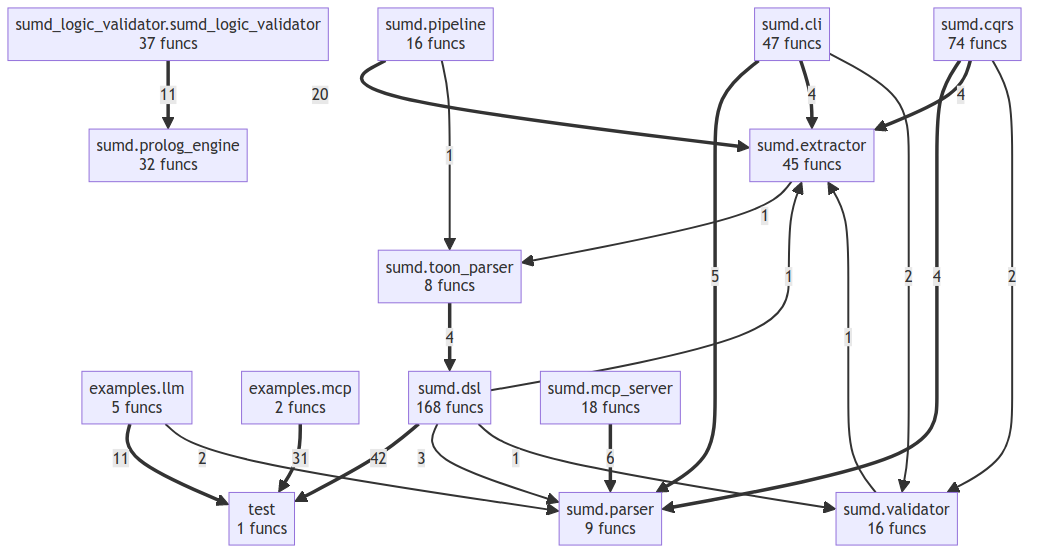
This is project/compact_flow.png from semcod/sumd, a Mermaid export, as it was before one commit. Its source is kept beside it as project/compact_flow.mmd. Source of this version:
```mermaid
flowchart TD
    examples__llm["examples.llm<br/>5 funcs"]
    examples__mcp["examples.mcp<br/>2 funcs"]
    sumd__cli["sumd.cli<br/>47 funcs"]
    sumd__cqrs["sumd.cqrs<br/>74 funcs"]
    sumd__dsl["sumd.dsl<br/>168 funcs"]
    sumd__extractor["sumd.extractor<br/>45 funcs"]
    sumd__mcp_server["sumd.mcp_server<br/>18 funcs"]
    sumd__parser["sumd.parser<br/>9 funcs"]
    sumd__pipeline["sumd.pipeline<br/>16 funcs"]
    sumd__prolog_engine["sumd.prolog_engine<br/>32 funcs"]
    sumd__toon_parser["sumd.toon_parser<br/>8 funcs"]
    sumd__validator["sumd.validator<br/>16 funcs"]
    sumd_logic_validator__sumd_logic_validator["sumd_logic_validator.sumd_logic_validator<br/>37 funcs"]
    test["test<br/>1 funcs"]
    sumd__dsl ==>|42| test
    examples__mcp ==>|31| test
    sumd__pipeline ==>|20| sumd__extractor
    examples__llm ==>|11| test
    sumd_logic_validator__sumd_logic_validator ==>|11| sumd__prolog_engine
    sumd__mcp_server ==>|6| sumd__parser
    sumd__cli ==>|5| sumd__parser
    sumd__toon_parser ==>|4| sumd__dsl
    sumd__cli ==>|4| sumd__extractor
    sumd__cqrs ==>|4| sumd__parser
    sumd__cqrs ==>|4| sumd__extractor
    sumd__dsl -->|3| sumd__parser
    examples__llm -->|2| sumd__parser
    sumd__cli -->|2| sumd__validator
    sumd__cqrs -->|2| sumd__validator
    sumd__validator -->|1| sumd__extractor
    sumd__extractor -->|1| sumd__toon_parser
    sumd__pipeline -->|1| sumd__toon_parser
    sumd__dsl -->|1| sumd__extractor
    sumd__dsl -->|1| sumd__validator
```
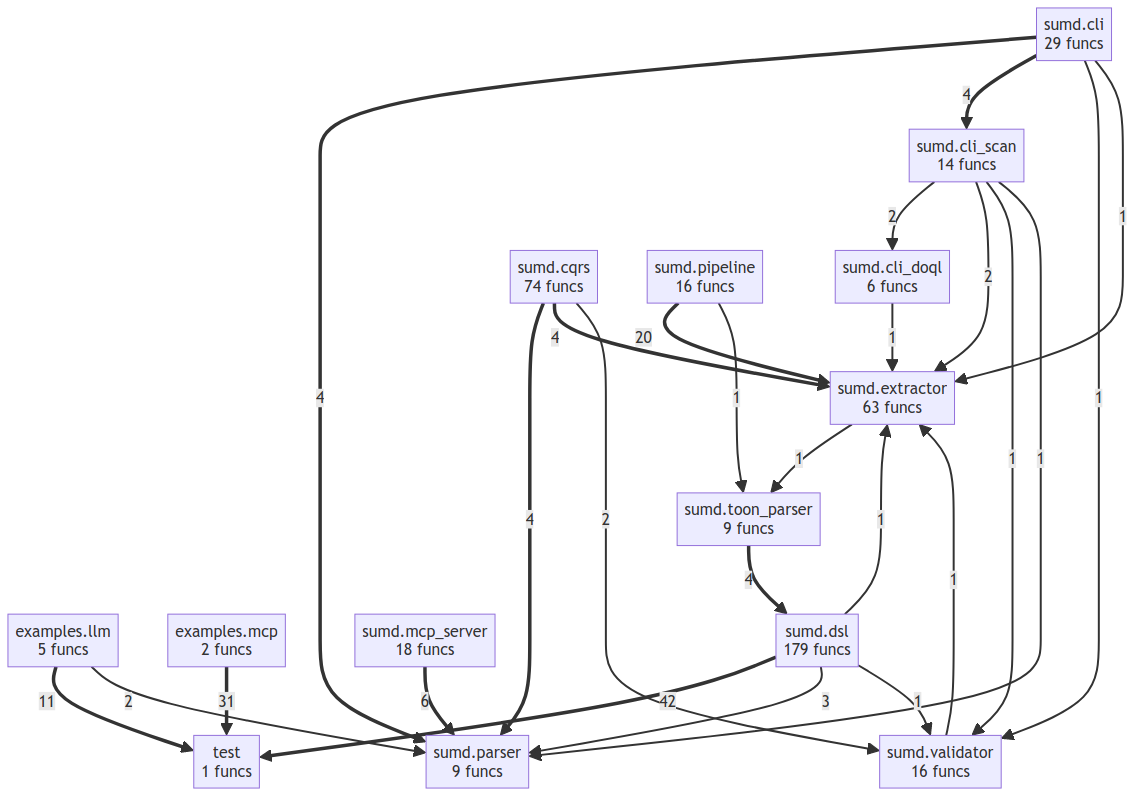
After the commit.

What changed in the source:
```diff
@@ -1,35 +1,40 @@
 flowchart TD
     examples__llm["examples.llm<br/>5 funcs"]
     examples__mcp["examples.mcp<br/>2 funcs"]
-    sumd__cli["sumd.cli<br/>47 funcs"]
+    sumd__cli["sumd.cli<br/>29 funcs"]
+    sumd__cli_doql["sumd.cli_doql<br/>6 funcs"]
+    sumd__cli_scan["sumd.cli_scan<br/>14 funcs"]
     sumd__cqrs["sumd.cqrs<br/>74 funcs"]
-    sumd__dsl["sumd.dsl<br/>168 funcs"]
-    sumd__extractor["sumd.extractor<br/>45 funcs"]
+    sumd__dsl["sumd.dsl<br/>179 funcs"]
+    sumd__extractor["sumd.extractor<br/>63 funcs"]
     sumd__mcp_server["sumd.mcp_server<br/>18 funcs"]
     sumd__parser["sumd.parser<br/>9 funcs"]
     sumd__pipeline["sumd.pipeline<br/>16 funcs"]
-    sumd__prolog_engine["sumd.prolog_engine<br/>32 funcs"]
-    sumd__toon_parser["sumd.toon_parser<br/>8 funcs"]
+    sumd__toon_parser["sumd.toon_parser<br/>9 funcs"]
     sumd__validator["sumd.validator<br/>16 funcs"]
-    sumd_logic_validator__sumd_logic_validator["sumd_logic_validator.sumd_logic_validator<br/>37 funcs"]
     test["test<br/>1 funcs"]
     sumd__dsl ==>|42| test
     examples__mcp ==>|31| test
     sumd__pipeline ==>|20| sumd__extractor
     examples__llm ==>|11| test
-    sumd_logic_validator__sumd_logic_validator ==>|11| sumd__prolog_engine
     sumd__mcp_server ==>|6| sumd__parser
-    sumd__cli ==>|5| sumd__parser
     sumd__toon_parser ==>|4| sumd__dsl
-    sumd__cli ==>|4| sumd__extractor
+    sumd__cli ==>|4| sumd__parser
+    sumd__cli ==>|4| sumd__cli_scan
     sumd__cqrs ==>|4| sumd__parser
     sumd__cqrs ==>|4| sumd__extractor
     sumd__dsl -->|3| sumd__parser
     examples__llm -->|2| sumd__parser
-    sumd__cli -->|2| sumd__validator
+    sumd__cli_scan -->|2| sumd__cli_doql
+    sumd__cli_scan -->|2| sumd__extractor
     sumd__cqrs -->|2| sumd__validator
     sumd__validator -->|1| sumd__extractor
+    sumd__cli -->|1| sumd__validator
+    sumd__cli -->|1| sumd__extractor
     sumd__extractor -->|1| sumd__toon_parser
+    sumd__cli_scan -->|1| sumd__validator
+    sumd__cli_scan -->|1| sumd__parser
+    sumd__cli_doql -->|1| sumd__extractor
     sumd__pipeline -->|1| sumd__toon_parser
     sumd__dsl -->|1| sumd__extractor
     sumd__dsl -->|1| sumd__validator
```
